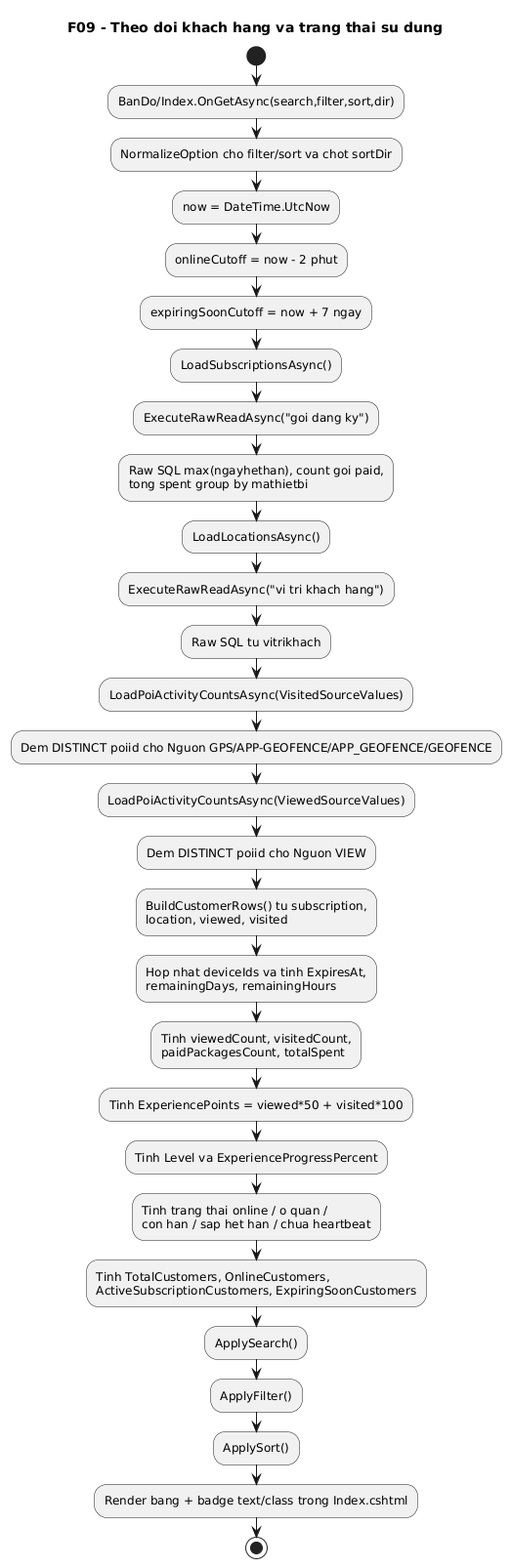
Before: docs/diagrams/png/09-live-map-activity.png, a diagram exported from PlantUML (VoBao182/PhoAmThuc).
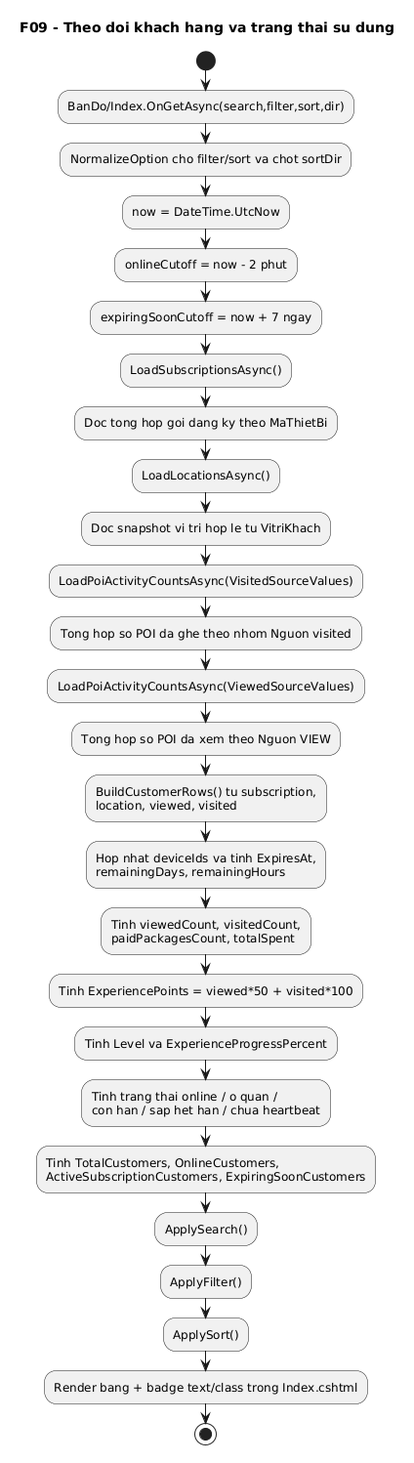
Later version of the same file.

What changed in the source:
```diff
@@ -7,15 +7,13 @@
 :onlineCutoff = now - 2 phut;
 :expiringSoonCutoff = now + 7 ngay;
 :LoadSubscriptionsAsync();
-:ExecuteRawReadAsync("goi dang ky");
-:Raw SQL max(ngayhethan), count goi paid,\ntong spent group by mathietbi;
+:Doc tong hop goi dang ky theo MaThietBi;
 :LoadLocationsAsync();
-:ExecuteRawReadAsync("vi tri khach hang");
-:Raw SQL tu vitrikhach;
+:Doc snapshot vi tri hop le tu VitriKhach;
 :LoadPoiActivityCountsAsync(VisitedSourceValues);
-:Dem DISTINCT poiid cho Nguon GPS/APP-GEOFENCE/APP_GEOFENCE/GEOFENCE;
+:Tong hop so POI da ghe theo nhom Nguon visited;
 :LoadPoiActivityCountsAsync(ViewedSourceValues);
-:Dem DISTINCT poiid cho Nguon VIEW;
+:Tong hop so POI da xem theo Nguon VIEW;
 :BuildCustomerRows() tu subscription,\nlocation, viewed, visited;
 :Hop nhat deviceIds va tinh ExpiresAt,\nremainingDays, remainingHours;
 :Tinh viewedCount, visitedCount,\npaidPackagesCount, totalSpent;
```
